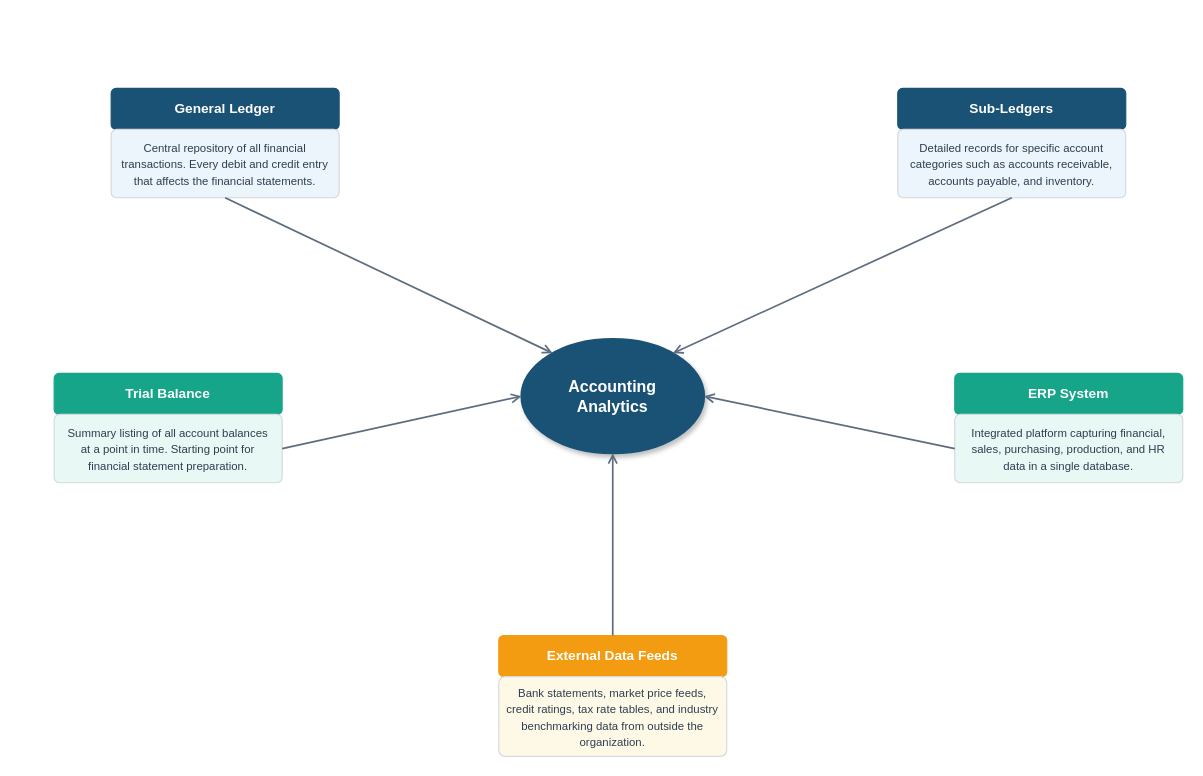
This is visuals/src/fig-02-02-sources-accounting-data.drawio from mmcodesso/Accounting_Analytics_Book, a draw.io file, before an edit. Source tidied: cells renumbered, new cells numbered last; positions are measured from the earlier drawing's top-left corner, leaving out a move shared by most shapes. Both pictures are drawn from the tidied source at 114%, with x=0, y=0 at pixel (54, 88).
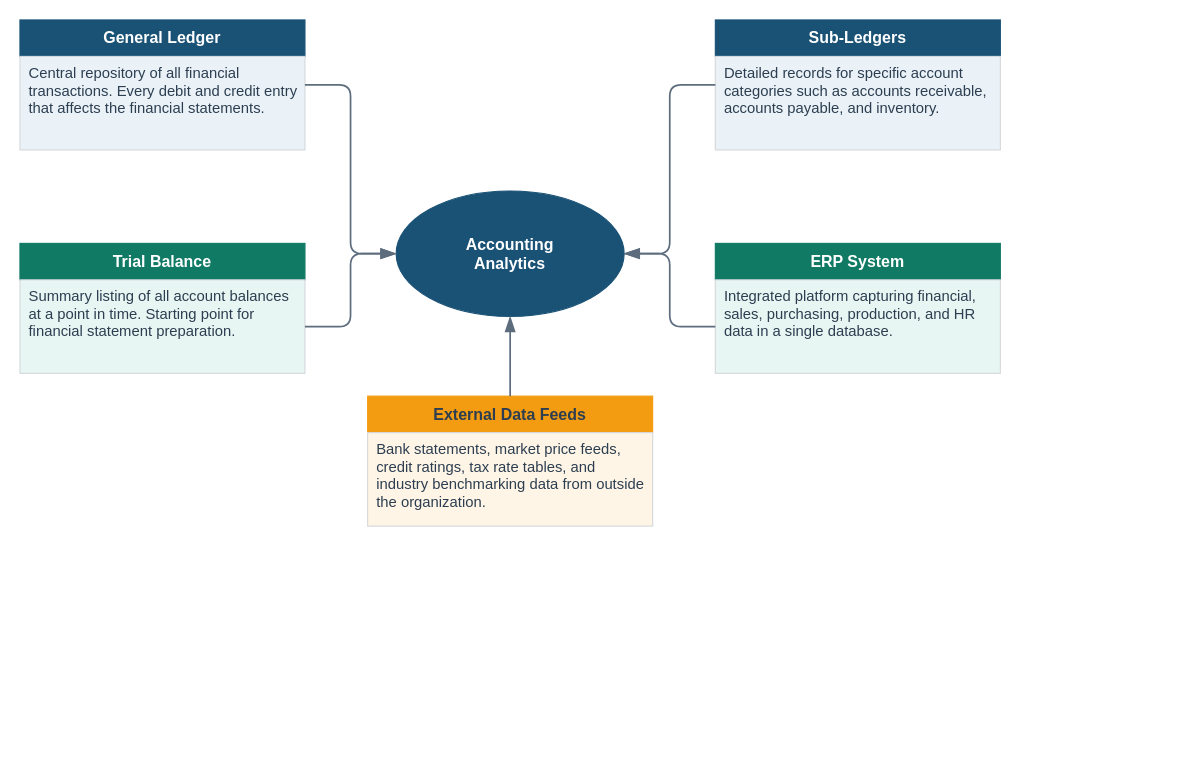
After the change.

Diff of the diagram source:
```diff
@@
-<mxGraphModel>
+<mxGraphModel background="#FFFFFF">
@@
+    <mxCell id="18" style="rounded=0;html=1;fillColor=none;strokeColor=none;" parent="1" vertex="1">
+      <mxGeometry x="-30" y="-60" width="860" height="446" as="geometry" />
+    </mxCell>
-    <mxCell id="2" value="&lt;font color=&quot;#FFFFFF&quot; style=&quot;font-size:14px;&quot;&gt;&lt;b&gt;Accounting&lt;br&gt;Analytics&lt;/b&gt;&lt;/font&gt;" style="ellipse;whiteSpace=wrap;html=1;fillColor=#1A5276;strokeColor=#1A5276;strokeWidth=2;fontFamily=Helvetica;shadow=1;" parent="1" vertex="1">
-      <mxGeometry x="410" y="220" width="160" height="100" as="geometry" />
+    <mxCell id="2" value="&lt;font style=&quot;font-size:14px&quot;&gt;&lt;b&gt;Accounting&lt;br&gt;Analytics&lt;/b&gt;&lt;/font&gt;" style="ellipse;whiteSpace=wrap;html=1;fillColor=#1A5276;strokeColor=#1A5276;fontColor=#FFFFFF;fontSize=13;fontFamily=Helvetica;align=center;verticalAlign=middle;" parent="1" vertex="1">
+      <mxGeometry x="300" y="90" width="200" height="110" as="geometry" />
     </mxCell>
-    <mxCell id="3" value="&lt;font color=&quot;#FFFFFF&quot;&gt;&lt;b&gt;General Ledger&lt;/b&gt;&lt;/font&gt;" style="rounded=1;whiteSpace=wrap;html=1;fillColor=#1A5276;strokeColor=#1A5276;arcSize=12;verticalAlign=middle;fontSize=12;fontFamily=Helvetica;" parent="1" vertex="1">
-      <mxGeometry x="50" width="200" height="36" as="geometry" />
+    <mxCell id="3" value="&lt;b&gt;General Ledger&lt;/b&gt;" style="rounded=0;arcSize=6;whiteSpace=wrap;html=1;fillColor=#1A5276;strokeColor=#1A5276;strokeWidth=1;fontColor=#FFFFFF;fontSize=14;fontStyle=0;align=center;verticalAlign=middle;fontFamily=Helvetica;spacingLeft=6;spacingRight=6;" parent="1" vertex="1">
+      <mxGeometry x="-30" y="-60" width="250" height="32" as="geometry" />
     </mxCell>
-    <mxCell id="4" value="&lt;font color=&quot;#2C3E50&quot; style=&quot;font-size:10px;&quot;&gt;Central repository of all financial transactions. Every debit and credit entry that affects the financial statements.&lt;/font&gt;" style="rounded=1;whiteSpace=wrap;html=1;fillColor=#EBF5FB;strokeColor=#D5D8DC;arcSize=8;verticalAlign=middle;spacing=8;fontFamily=Helvetica;" parent="1" vertex="1">
-      <mxGeometry x="50" y="36" width="200" height="60" as="geometry" />
+    <mxCell id="4" value="Central repository of all financial transactions. Every debit and credit entry that affects the financial statements." style="rounded=0;arcSize=6;whiteSpace=wrap;html=1;fillColor=#EAF2F8;strokeColor=#D5D8DC;strokeWidth=1;fontColor=#2C3E50;fontSize=13;fontStyle=0;align=left;verticalAlign=top;fontFamily=Helvetica;spacingLeft=6;spacingRight=6;" parent="1" vertex="1">
+      <mxGeometry x="-30" y="-28" width="250" height="82" as="geometry" />
     </mxCell>
+    <mxCell id="19" style="rounded=0;html=1;fillColor=none;strokeColor=none;" parent="1" vertex="1">
+      <mxGeometry x="-30" y="-60" width="250" height="114" as="geometry" />
+    </mxCell>
+    <mxCell id="20" style="edgeStyle=orthogonalEdgeStyle;rounded=1;html=1;startArrow=none;endArrow=blockThin;startFill=0;endFill=1;startSize=10;endSize=10;strokeColor=#5D6D7E;strokeWidth=1.5;fontSize=12;fontColor=#2C3E50;fontFamily=Helvetica;labelBackgroundColor=#FFFFFF;exitX=1;exitY=0.5;exitDx=0;exitDy=0;entryX=0;entryY=0.5;entryDx=0;entryDy=0;" parent="1" edge="1" source="19" target="2">
+      <mxGeometry relative="1" as="geometry" />
+    </mxCell>
-    <mxCell id="5" value="&lt;font color=&quot;#FFFFFF&quot;&gt;&lt;b&gt;Sub-Ledgers&lt;/b&gt;&lt;/font&gt;" style="rounded=1;whiteSpace=wrap;html=1;fillColor=#1A5276;strokeColor=#1A5276;arcSize=12;verticalAlign=middle;fontSize=12;fontFamily=Helvetica;" parent="1" vertex="1">
-      <mxGeometry x="740" width="200" height="36" as="geometry" />
+    <mxCell id="5" value="&lt;b&gt;Sub-Ledgers&lt;/b&gt;" style="rounded=0;arcSize=6;whiteSpace=wrap;html=1;fillColor=#1A5276;strokeColor=#1A5276;strokeWidth=1;fontColor=#FFFFFF;fontSize=14;fontStyle=0;align=center;verticalAlign=middle;fontFamily=Helvetica;spacingLeft=6;spacingRight=6;" parent="1" vertex="1">
+      <mxGeometry x="580" y="-60" width="250" height="32" as="geometry" />
     </mxCell>
-    <mxCell id="6" value="&lt;font color=&quot;#2C3E50&quot; style=&quot;font-size:10px;&quot;&gt;Detailed records for specific account categories such as accounts receivable, accounts payable, and inventory.&lt;/font&gt;" style="rounded=1;whiteSpace=wrap;html=1;fillColor=#EBF5FB;strokeColor=#D5D8DC;arcSize=8;verticalAlign=middle;spacing=8;fontFamily=Helvetica;" parent="1" vertex="1">
-      <mxGeometry x="740" y="36" width="200" height="60" as="geometry" />
+    <mxCell id="6" value="Detailed records for specific account categories such as accounts receivable, accounts payable, and inventory." style="rounded=0;arcSize=6;whiteSpace=wrap;html=1;fillColor=#EAF2F8;strokeColor=#D5D8DC;strokeWidth=1;fontColor=#2C3E50;fontSize=13;fontStyle=0;align=left;verticalAlign=top;fontFamily=Helvetica;spacingLeft=6;spacingRight=6;" parent="1" vertex="1">
+      <mxGeometry x="580" y="-28" width="250" height="82" as="geometry" />
     </mxCell>
+    <mxCell id="21" style="rounded=0;html=1;fillColor=none;strokeColor=none;" parent="1" vertex="1">
+      <mxGeometry x="580" y="-60" width="250" height="114" as="geometry" />
+    </mxCell>
+    <mxCell id="22" style="edgeStyle=orthogonalEdgeStyle;rounded=1;html=1;startArrow=none;endArrow=blockThin;startFill=0;endFill=1;startSize=10;endSize=10;strokeColor=#5D6D7E;strokeWidth=1.5;fontSize=12;fontColor=#2C3E50;fontFamily=Helvetica;labelBackgroundColor=#FFFFFF;exitX=0;exitY=0.5;exitDx=0;exitDy=0;entryX=1;entryY=0.5;entryDx=0;entryDy=0;" parent="1" edge="1" source="21" target="2">
+      <mxGeometry relative="1" as="geometry" />
+    </mxCell>
-    <mxCell id="7" value="&lt;font color=&quot;#FFFFFF&quot;&gt;&lt;b&gt;Trial Balance&lt;/b&gt;&lt;/font&gt;" style="rounded=1;whiteSpace=wrap;html=1;fillColor=#17A589;strokeColor=#17A589;arcSize=12;verticalAlign=middle;fontSize=12;fontFamily=Helvetica;" parent="1" vertex="1">
-      <mxGeometry y="250" width="200" height="36" as="geometry" />
+    <mxCell id="7" value="&lt;b&gt;Trial Balance&lt;/b&gt;" style="rounded=0;arcSize=6;whiteSpace=wrap;html=1;fillColor=#117A65;strokeColor=#117A65;strokeWidth=1;fontColor=#FFFFFF;fontSize=14;fontStyle=0;align=center;verticalAlign=middle;fontFamily=Helvetica;spacingLeft=6;spacingRight=6;" parent="1" vertex="1">
+      <mxGeometry x="-30" y="136" width="250" height="32" as="geometry" />
     </mxCell>
-    <mxCell id="8" value="&lt;font color=&quot;#2C3E50&quot; style=&quot;font-size:10px;&quot;&gt;Summary listing of all account balances at a point in time. Starting point for financial statement preparation.&lt;/font&gt;" style="rounded=1;whiteSpace=wrap;html=1;fillColor=#E8F8F5;strokeColor=#D5D8DC;arcSize=8;verticalAlign=middle;spacing=8;fontFamily=Helvetica;" parent="1" vertex="1">
-      <mxGeometry y="286" width="200" height="60" as="geometry" />
+    <mxCell id="8" value="Summary listing of all account balances at a point in time. Starting point for financial statement preparation." style="rounded=0;arcSize=6;whiteSpace=wrap;html=1;fillColor=#E8F6F3;strokeColor=#D5D8DC;strokeWidth=1;fontColor=#2C3E50;fontSize=13;fontStyle=0;align=left;verticalAlign=top;fontFamily=Helvetica;spacingLeft=6;spacingRight=6;" parent="1" vertex="1">
+      <mxGeometry x="-30" y="168" width="250" height="82" as="geometry" />
     </mxCell>
+    <mxCell id="23" style="rounded=0;html=1;fillColor=none;strokeColor=none;" parent="1" vertex="1">
+      <mxGeometry x="-30" y="136" width="250" height="114" as="geometry" />
+    </mxCell>
+    <mxCell id="15" style="edgeStyle=orthogonalEdgeStyle;rounded=1;html=1;startArrow=none;endArrow=blockThin;startFill=0;endFill=1;startSize=10;endSize=10;strokeColor=#5D6D7E;strokeWidth=1.5;fontSize=12;fontColor=#2C3E50;fontFamily=Helvetica;labelBackgroundColor=#FFFFFF;exitX=1;exitY=0.5;exitDx=0;exitDy=0;entryX=0;entryY=0.5;entryDx=0;entryDy=0;" parent="1" edge="1" source="8" target="2">
+      <mxGeometry relative="1" as="geometry" />
+    </mxCell>
-    <mxCell id="9" value="&lt;font color=&quot;#FFFFFF&quot;&gt;&lt;b&gt;ERP System&lt;/b&gt;&lt;/font&gt;" style="rounded=1;whiteSpace=wrap;html=1;fillColor=#17A589;strokeColor=#17A589;arcSize=12;verticalAlign=middle;fontSize=12;fontFamily=Helvetica;" parent="1" vertex="1">
-      <mxGeometry x="790" y="250" width="200" height="36" as="geometry" />
+    <mxCell id="9" value="&lt;b&gt;ERP System&lt;/b&gt;" style="rounded=0;arcSize=6;whiteSpace=wrap;html=1;fillColor=#117A65;strokeColor=#117A65;strokeWidth=1;fontColor=#FFFFFF;fontSize=14;fontStyle=0;align=center;verticalAlign=middle;fontFamily=Helvetica;spacingLeft=6;spacingRight=6;" parent="1" vertex="1">
+      <mxGeometry x="580" y="136" width="250" height="32" as="geometry" />
     </mxCell>
-    <mxCell id="10" value="&lt;font color=&quot;#2C3E50&quot; style=&quot;font-size:10px;&quot;&gt;Integrated platform capturing financial, sales, purchasing, production, and HR data in a single database.&lt;/font&gt;" style="rounded=1;whiteSpace=wrap;html=1;fillColor=#E8F8F5;strokeColor=#D5D8DC;arcSize=8;verticalAlign=middle;spacing=8;fontFamily=Helvetica;" parent="1" vertex="1">
-      <mxGeometry x="790" y="286" width="200" height="60" as="geometry" />
+    <mxCell id="10" value="Integrated platform capturing financial, sales, purchasing, production, and HR data in a single database." style="rounded=0;arcSize=6;whiteSpace=wrap;html=1;fillColor=#E8F6F3;strokeColor=#D5D8DC;strokeWidth=1;fontColor=#2C3E50;fontSize=13;fontStyle=0;align=left;verticalAlign=top;fontFamily=Helvetica;spacingLeft=6;spacingRight=6;" parent="1" vertex="1">
+      <mxGeometry x="580" y="168" width="250" height="82" as="geometry" />
     </mxCell>
+    <mxCell id="24" style="rounded=0;html=1;fillColor=none;strokeColor=none;" parent="1" vertex="1">
+      <mxGeometry x="580" y="136" width="250" height="114" as="geometry" />
+    </mxCell>
+    <mxCell id="16" style="edgeStyle=orthogonalEdgeStyle;rounded=1;html=1;startArrow=none;endArrow=blockThin;startFill=0;endFill=1;startSize=10;endSize=10;strokeColor=#5D6D7E;strokeWidth=1.5;fontSize=12;fontColor=#2C3E50;fontFamily=Helvetica;labelBackgroundColor=#FFFFFF;exitX=0;exitY=0.5;exitDx=0;exitDy=0;entryX=1;entryY=0.5;entryDx=0;entryDy=0;" parent="1" edge="1" source="10" target="2">
+      <mxGeometry relative="1" as="geometry" />
+    </mxCell>
-    <mxCell id="11" value="&lt;font color=&quot;#FFFFFF&quot;&gt;&lt;b&gt;External Data Feeds&lt;/b&gt;&lt;/font&gt;" style="rounded=1;whiteSpace=wrap;html=1;fillColor=#F39C12;strokeColor=#F39C12;arcSize=12;verticalAlign=middle;fontSize=12;fontFamily=Helvetica;" parent="1" vertex="1">
-      <mxGeometry x="390" y="480" width="200" height="36" as="geometry" />
+    <mxCell id="11" value="&lt;b&gt;External Data Feeds&lt;/b&gt;" style="rounded=0;arcSize=6;whiteSpace=wrap;html=1;fillColor=#F39C12;strokeColor=#F39C12;strokeWidth=1;fontColor=#2C3E50;fontSize=14;fontStyle=0;align=center;verticalAlign=middle;fontFamily=Helvetica;spacingLeft=6;spacingRight=6;" parent="1" vertex="1">
+      <mxGeometry x="275" y="270" width="250" height="32" as="geometry" />
     </mxCell>
-    <mxCell id="12" value="&lt;font color=&quot;#2C3E50&quot; style=&quot;font-size:10px;&quot;&gt;Bank statements, market price feeds, credit ratings, tax rate tables, and industry benchmarking data from outside the organization.&lt;/font&gt;" style="rounded=1;whiteSpace=wrap;html=1;fillColor=#FEF9E7;strokeColor=#D5D8DC;arcSize=8;verticalAlign=middle;spacing=8;fontFamily=Helvetica;" parent="1" vertex="1">
-      <mxGeometry x="390" y="516" width="200" height="70" as="geometry" />
+    <mxCell id="12" value="Bank statements, market price feeds, credit ratings, tax rate tables, and industry benchmarking data from outside the organization." style="rounded=0;arcSize=6;whiteSpace=wrap;html=1;fillColor=#FEF5E7;strokeColor=#D5D8DC;strokeWidth=1;fontColor=#2C3E50;fontSize=13;fontStyle=0;align=left;verticalAlign=top;fontFamily=Helvetica;spacingLeft=6;spacingRight=6;" parent="1" vertex="1">
+      <mxGeometry x="275" y="302" width="250" height="82" as="geometry" />
     </mxCell>
-    <mxCell id="13" style="rounded=1;jettySize=auto;strokeColor=#5D6D7E;strokeWidth=1.5;endArrow=open;endFill=0;exitX=0.5;exitY=1;exitDx=0;exitDy=0;entryX=0.15;entryY=0.1;entryDx=0;entryDy=0;curved=1;" parent="1" edge="1" source="4" target="2">
-      <mxGeometry relative="1" as="geometry" />
-    </mxCell>
-    <mxCell id="14" style="rounded=1;jettySize=auto;strokeColor=#5D6D7E;strokeWidth=1.5;endArrow=open;endFill=0;exitX=0.5;exitY=1;exitDx=0;exitDy=0;entryX=0.85;entryY=0.1;entryDx=0;entryDy=0;curved=1;" parent="1" edge="1" source="6" target="2">
-      <mxGeometry relative="1" as="geometry" />
-    </mxCell>
-    <mxCell id="15" style="rounded=1;jettySize=auto;strokeColor=#5D6D7E;strokeWidth=1.5;endArrow=open;endFill=0;exitX=1;exitY=0.5;exitDx=0;exitDy=0;entryX=0;entryY=0.5;entryDx=0;entryDy=0;" parent="1" edge="1" source="8" target="2">
-      <mxGeometry relative="1" as="geometry" />
-    </mxCell>
-    <mxCell id="16" style="rounded=1;jettySize=auto;strokeColor=#5D6D7E;strokeWidth=1.5;endArrow=open;endFill=0;exitX=0;exitY=0.5;exitDx=0;exitDy=0;entryX=1;entryY=0.5;entryDx=0;entryDy=0;" parent="1" edge="1" source="10" target="2">
-      <mxGeometry relative="1" as="geometry" />
-    </mxCell>
-    <mxCell id="17" style="rounded=1;jettySize=auto;strokeColor=#5D6D7E;strokeWidth=1.5;endArrow=open;endFill=0;exitX=0.5;exitY=0;exitDx=0;exitDy=0;entryX=0.5;entryY=1;entryDx=0;entryDy=0;" parent="1" edge="1" source="11" target="2">
-      <mxGeometry relative="1" as="geometry" />
-    </mxCell>
+    <mxCell id="25" style="rounded=0;html=1;fillColor=none;strokeColor=none;" parent="1" vertex="1">
+      <mxGeometry x="275" y="270" width="250" height="114" as="geometry" />
+    </mxCell>
+    <mxCell id="26" style="edgeStyle=orthogonalEdgeStyle;rounded=1;html=1;startArrow=none;endArrow=blockThin;startFill=0;endFill=1;startSize=10;endSize=10;strokeColor=#5D6D7E;strokeWidth=1.5;fontSize=12;fontColor=#2C3E50;fontFamily=Helvetica;labelBackgroundColor=#FFFFFF;exitX=0.5;exitY=0;exitDx=0;exitDy=0;entryX=0.5;entryY=1;entryDx=0;entryDy=0;" parent="1" edge="1" source="25" target="2">
+      <mxGeometry relative="1" as="geometry" />
+    </mxCell>
```
